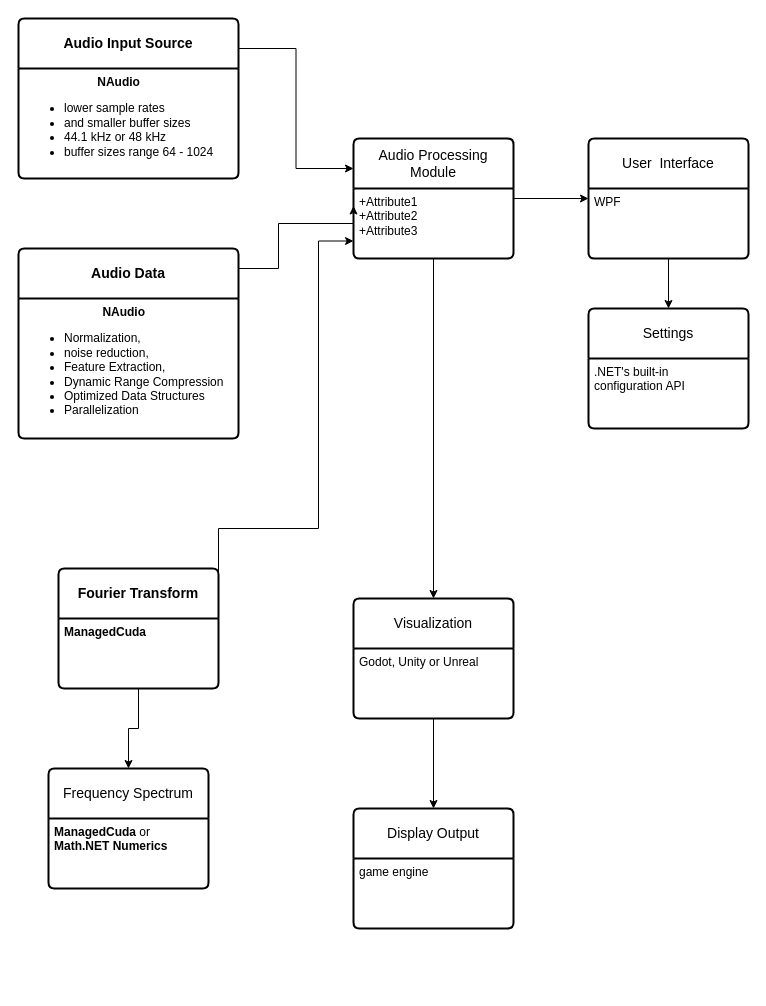
Earlier version of the draw.io diagram erd.drawio (emmettirl/Vid2Vector). Source tidied: cells renumbered, new cells numbered last; positions are measured from the earlier drawing's top-left corner, leaving out a move shared by most shapes. Both pictures are drawn from the tidied source at 100%, with x=0, y=0 at pixel (18, 18).
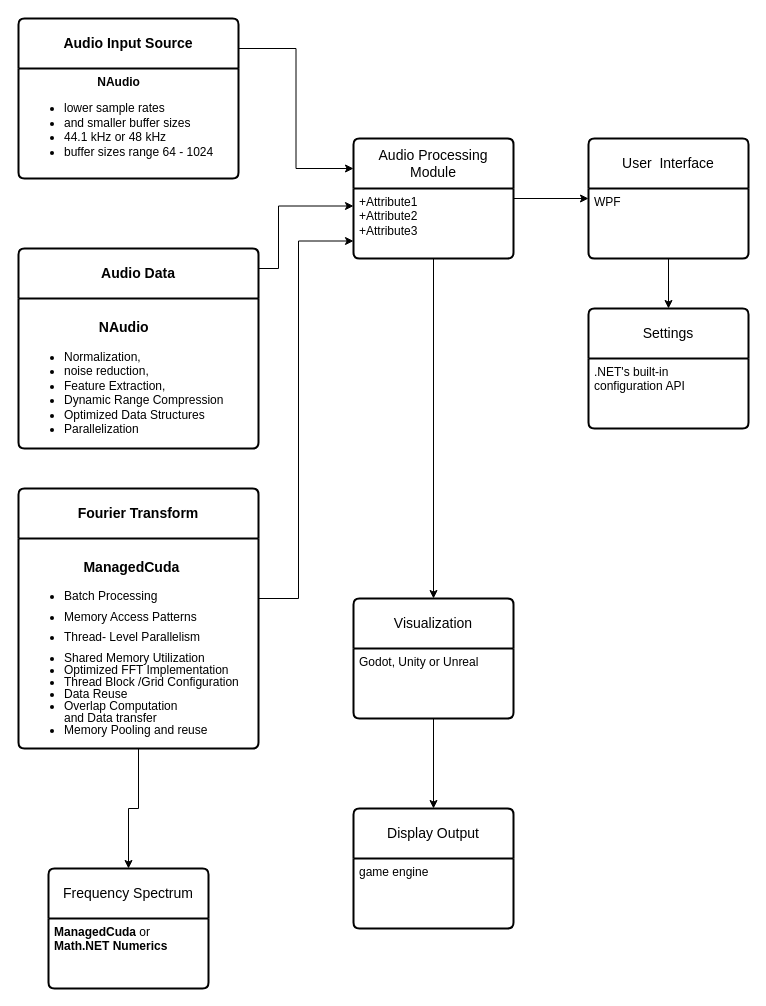
Above is the later version.

Unchanged cells that the change refers to:
```xml
<mxCell id="16" value="+Attribute1&#10;+Attribute2&#10;+Attribute3" style="align=left;strokeColor=none;fillColor=none;spacingLeft=4;fontSize=12;verticalAlign=top;html=1;" parent="15" vertex="1">
  <mxGeometry y="50" width="160" height="70" as="geometry" />
</mxCell>
```

Change to the diagram source:
```diff
@@
     <mxCell id="4" value="&lt;p&gt;&lt;strong&gt;Audio Data&lt;/strong&gt;&lt;/p&gt;" style="swimlane;horizontal=1;startSize=50;rounded=1;fontSize=14;fontStyle=0;strokeWidth=2;shadow=0;dashed=0;align=center;arcSize=4;whiteSpace=wrap;html=1;" parent="1" vertex="1">
-      <mxGeometry y="230" width="220" height="190" as="geometry" />
+      <mxGeometry y="230" width="240" height="200" as="geometry" />
     </mxCell>
-    <mxCell id="5" value="&lt;div align=&quot;center&quot;&gt;&lt;b&gt;NAudio&lt;/b&gt;&lt;/div&gt;&lt;ul&gt;&lt;li&gt;Normalization,&amp;nbsp;&lt;/li&gt;&lt;li&gt;noise reduction,&lt;/li&gt;&lt;li&gt;Feature Extraction,&lt;/li&gt;&lt;li&gt;Dynamic Range Compression&lt;/li&gt;&lt;li&gt;Optimized Data Structures&lt;/li&gt;&lt;li&gt;Parallelization&lt;/li&gt;&lt;/ul&gt;" style="align=left;strokeColor=none;fillColor=none;spacingLeft=4;fontSize=12;verticalAlign=top;html=1;" parent="4" vertex="1">
-      <mxGeometry y="50" width="220" height="140" as="geometry" />
+    <mxCell id="5" value="&lt;h3 align=&quot;center&quot;&gt;&lt;b&gt;NAudio&lt;/b&gt;&lt;/h3&gt;&lt;ul style=&quot;line-height: 120%;&quot;&gt;&lt;li&gt;Normalization,&amp;nbsp;&lt;/li&gt;&lt;li&gt;noise reduction,&lt;/li&gt;&lt;li&gt;Feature Extraction,&lt;/li&gt;&lt;li&gt;Dynamic Range Compression&lt;/li&gt;&lt;li&gt;Optimized Data Structures&lt;/li&gt;&lt;li&gt;Parallelization&lt;/li&gt;&lt;/ul&gt;" style="align=left;strokeColor=none;fillColor=none;spacingLeft=4;fontSize=12;verticalAlign=top;html=1;" parent="4" vertex="1">
+      <mxGeometry y="50" width="240" height="150" as="geometry" />
     </mxCell>
     <mxCell id="6" value="&lt;div&gt;&lt;b&gt;Fourier Transform&lt;/b&gt;&lt;/div&gt;" style="swimlane;horizontal=1;startSize=50;rounded=1;fontSize=14;fontStyle=0;strokeWidth=2;shadow=0;dashed=0;align=center;arcSize=4;whiteSpace=wrap;html=1;" parent="1" vertex="1">
-      <mxGeometry x="40" y="550" width="160" height="120" as="geometry" />
+      <mxGeometry y="470" width="240" height="260" as="geometry" />
     </mxCell>
-    <mxCell id="7" value="&lt;strong&gt;ManagedCuda&lt;/strong&gt;" style="align=left;strokeColor=none;fillColor=none;spacingLeft=4;fontSize=12;verticalAlign=top;html=1;" parent="6" vertex="1">
-      <mxGeometry y="50" width="160" height="70" as="geometry" />
+    <mxCell id="7" value="&lt;p style=&quot;line-height: 100%;&quot;&gt;&lt;/p&gt;&lt;h3 align=&quot;center&quot;&gt;&lt;strong&gt;ManagedCuda&lt;/strong&gt;&lt;/h3&gt;&lt;div style=&quot;line-height: 100%;&quot;&gt;&lt;ul style=&quot;line-height: 100%;&quot;&gt;&lt;li&gt;&lt;p style=&quot;line-height: 30%;&quot;&gt;Batch Processing&lt;/p&gt;&lt;/li&gt;&lt;li&gt;&lt;p style=&quot;line-height: 30%;&quot;&gt;Memory Access Patterns&lt;/p&gt;&lt;/li&gt;&lt;li&gt;&lt;p style=&quot;line-height: 30%;&quot;&gt;Thread- Level Parallelism&lt;/p&gt;&lt;/li&gt;&lt;li&gt;Shared Memory Utilization&lt;/li&gt;&lt;li&gt;Optimized FFT Implementation&lt;/li&gt;&lt;li&gt;Thread Block /Grid Configuration&lt;/li&gt;&lt;li&gt;Data Reuse&lt;/li&gt;&lt;li&gt;Overlap Computation &lt;br&gt;and Data transfer&lt;/li&gt;&lt;li&gt;Memory Pooling and reuse&lt;br&gt;&lt;/li&gt;&lt;/ul&gt;&lt;/div&gt;&lt;p&gt;&lt;/p&gt;" style="align=left;strokeColor=none;fillColor=none;spacingLeft=4;fontSize=12;verticalAlign=top;html=1;" parent="6" vertex="1">
+      <mxGeometry y="50" width="240" height="210" as="geometry" />
     </mxCell>
     <mxCell id="8" value="Frequency Spectrum" style="swimlane;horizontal=1;startSize=50;rounded=1;fontSize=14;fontStyle=0;strokeWidth=2;shadow=0;dashed=0;align=center;arcSize=4;whiteSpace=wrap;html=1;" parent="1" vertex="1">
-      <mxGeometry x="30" y="750" width="160" height="120" as="geometry" />
+      <mxGeometry x="30" y="850" width="160" height="120" as="geometry" />
     </mxCell>
@@
     <mxCell id="18" style="edgeStyle=orthogonalEdgeStyle;rounded=0;jettySize=auto;html=1;exitX=1;exitY=0;exitDx=0;exitDy=0;entryX=0;entryY=0.25;entryDx=0;entryDy=0;" parent="1" edge="1" source="5" target="16">
       <mxGeometry relative="1" as="geometry">
         <Array as="points">
-          <mxPoint x="220" y="250" />
+          <mxPoint x="240" y="250" />
           <mxPoint x="260" y="250" />
-          <mxPoint x="260" y="205" />
-          <mxPoint x="335" y="205" />
+          <mxPoint x="260" y="188" />
         </Array>
       </mxGeometry>
     </mxCell>
-    <mxCell id="19" style="edgeStyle=orthogonalEdgeStyle;rounded=0;jettySize=auto;html=1;exitX=1;exitY=0;exitDx=0;exitDy=0;entryX=0;entryY=0.75;entryDx=0;entryDy=0;" parent="1" edge="1" source="7" target="16">
+    <mxCell id="19" style="edgeStyle=orthogonalEdgeStyle;rounded=0;jettySize=auto;html=1;exitX=1;exitY=0.25;exitDx=0;exitDy=0;entryX=0;entryY=0.75;entryDx=0;entryDy=0;" parent="1" edge="1" source="6" target="16">
       <mxGeometry relative="1" as="geometry">
         <Array as="points">
-          <mxPoint x="200" y="510" />
-          <mxPoint x="300" y="510" />
-          <mxPoint x="300" y="223" />
+          <mxPoint x="280" y="580" />
+          <mxPoint x="280" y="223" />
         </Array>
       </mxGeometry>
     </mxCell>
```
